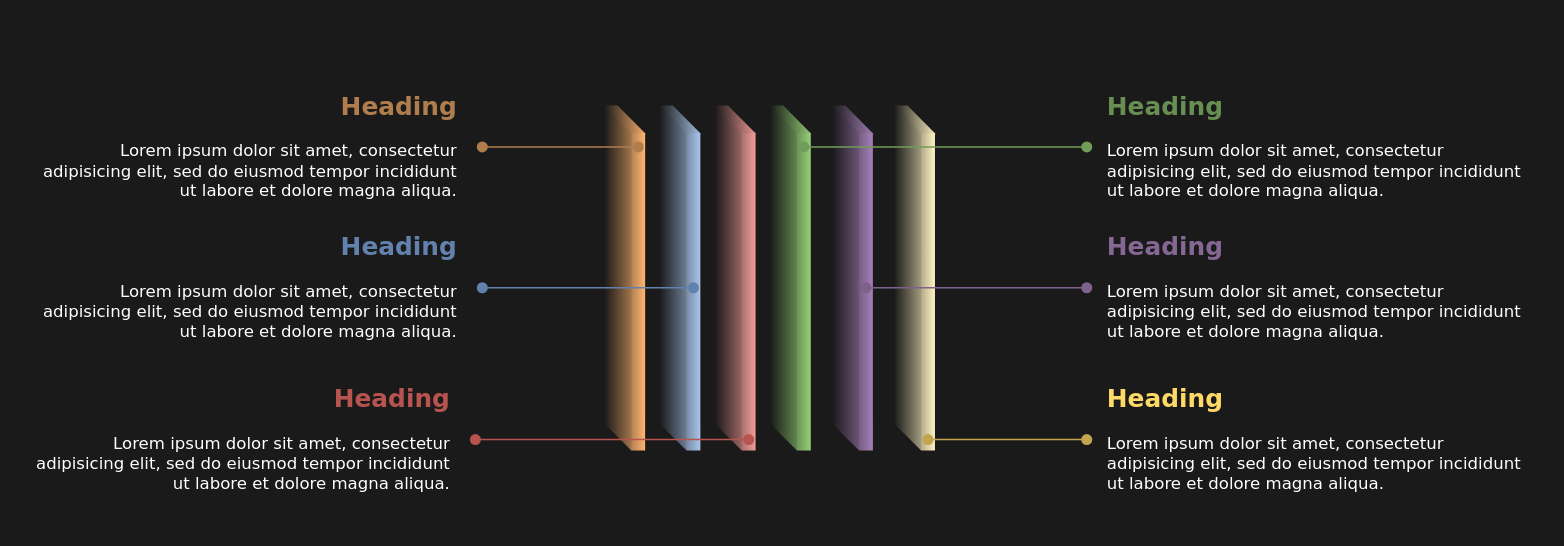
puneet-johar-sky/draw-io-pj keeps this draw.io diagram as layers.drawio. Above is the earlier version. Source tidied: cells renumbered, new cells numbered last; positions are measured from the earlier drawing's top-left corner, leaving out a move shared by most shapes. Both pictures are drawn from the tidied source at 138%, with x=0, y=0 at pixel (23, 84).
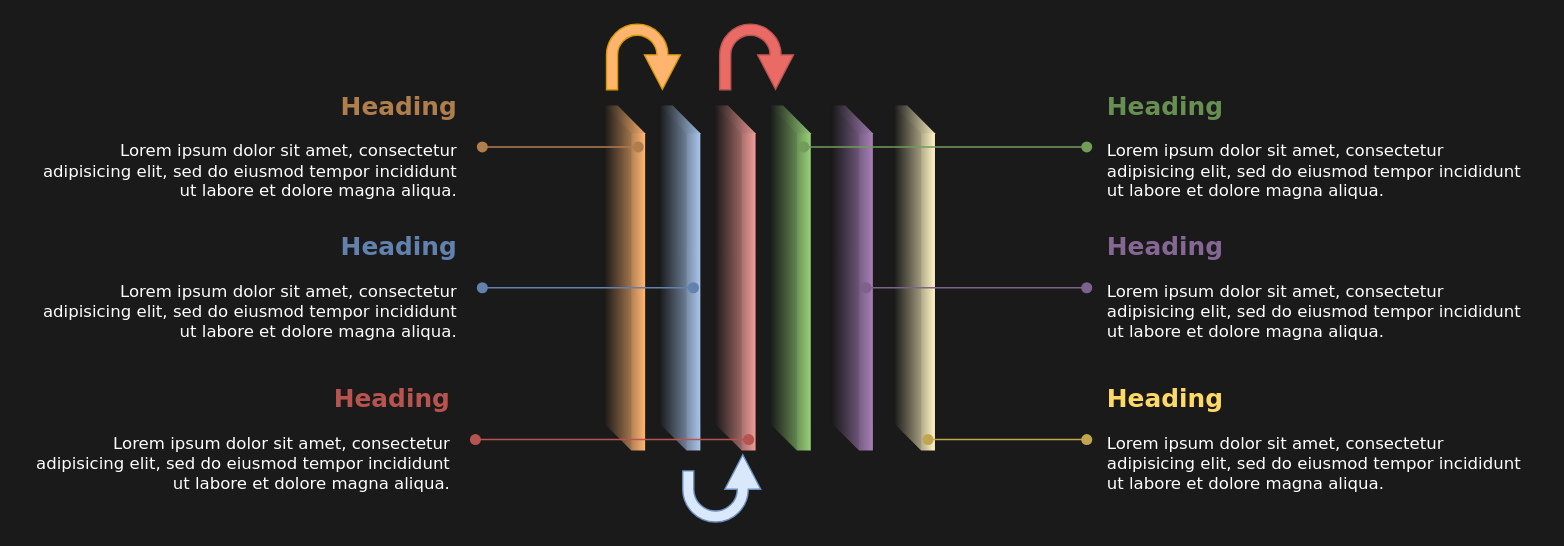
The same diagram, later.

The edit, as a diff of the source:
```diff
@@
+    <mxCell id="33" style="html=1;shadow=0;dashed=0;align=center;verticalAlign=middle;shape=mxgraph.arrows2.uTurnArrow;dy=4;arrowHead=26;dx2=25;rotation=90;fillColor=#FFB570;strokeColor=#d79b00;" parent="1" vertex="1">
+      <mxGeometry x="425" y="-47" width="47.5" height="53.5" as="geometry" />
+    </mxCell>
+    <mxCell id="34" style="html=1;shadow=0;dashed=0;align=center;verticalAlign=middle;shape=mxgraph.arrows2.uTurnArrow;dy=4;arrowHead=26;dx2=25;rotation=-90;fillColor=#dae8fc;strokeColor=#6c8ebf;flipV=1;" parent="1" vertex="1">
+      <mxGeometry x="487" y="270" width="37" height="56.5" as="geometry" />
+    </mxCell>
+    <mxCell id="35" style="html=1;shadow=0;dashed=0;align=center;verticalAlign=middle;shape=mxgraph.arrows2.uTurnArrow;dy=4;arrowHead=26;dx2=25;rotation=90;fillColor=#EA6B66;strokeColor=#b85450;" parent="1" vertex="1">
+      <mxGeometry x="507" y="-47" width="47.5" height="53.5" as="geometry" />
+    </mxCell>
```
